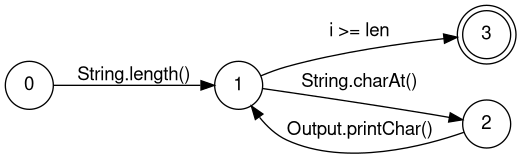
The Graphviz diagram thesis/fig/printString.png in Funkschy/nand-to-browser, before a commit. Its source is kept beside it as thesis/fig/printString.dot.
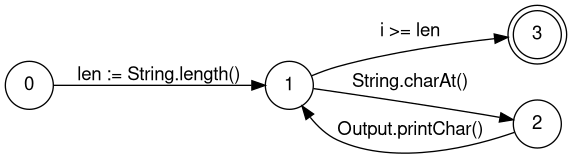
The same file after the commit.

Diff of the diagram source:
```diff
@@ -20,7 +20,7 @@
 	/* 8 -> 6 [label = "S(b)"]; */
 	/* 8 -> 5 [label = "S(a)"]; */
     1 -> 3 [label = "i >= len"];
-    0 -> 1 [label = "String.length()"];
+    0 -> 1 [label = "len := String.length()"];
     1 -> 2 [label = "String.charAt()"];
     2 -> 1 [label = "Output.printChar()"];
 }
```
